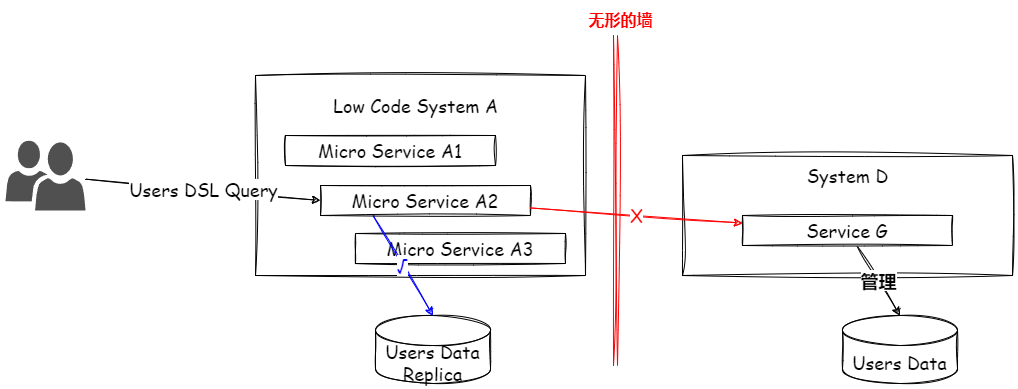
Above: public/images/2024-04-29-framework.png in SpireCat/spirecat.github.io (draw.io), before the change. Source tidied: cells renumbered, new cells last; positions are measured from the earlier drawing's top-left corner, leaving out a move shared by most shapes. Source of this version:
```xml
<mxGraphModel>
  <root>
    <mxCell id="0" />
    <mxCell id="1" parent="0" />
    <mxCell id="2" style="rounded=0;whiteSpace=wrap;html=1;sketch=1;curveFitting=1;jiggle=2;" parent="1" vertex="1">
      <mxGeometry x="250" y="70" width="330" height="200" as="geometry" />
    </mxCell>
    <mxCell id="3" value="&lt;font face=&quot;Comic Sans MS&quot; style=&quot;font-size: 18px;&quot;&gt;Low Code System A&lt;/font&gt;" style="text;html=1;align=center;verticalAlign=middle;strokeColor=none;fillColor=none;" parent="1" vertex="1">
      <mxGeometry x="315" y="80" width="190" height="40" as="geometry" />
    </mxCell>
    <mxCell id="4" value="Micro Service A1" style="rounded=0;whiteSpace=wrap;html=1;sketch=1;fontFamily=Comic Sans MS;fontSize=18;" parent="1" vertex="1">
      <mxGeometry x="280" y="130" width="210" height="30" as="geometry" />
    </mxCell>
    <mxCell id="5" value="Micro Service A2" style="rounded=0;whiteSpace=wrap;html=1;sketch=1;fontFamily=Comic Sans MS;fontSize=18;" parent="1" vertex="1">
      <mxGeometry x="315" y="180" width="210" height="30" as="geometry" />
    </mxCell>
    <mxCell id="6" value="Micro Service A3" style="rounded=0;whiteSpace=wrap;html=1;sketch=1;fontFamily=Comic Sans MS;fontSize=18;" parent="1" vertex="1">
      <mxGeometry x="350" y="228" width="210" height="30" as="geometry" />
    </mxCell>
    <mxCell id="7" style="rounded=0;whiteSpace=wrap;html=1;sketch=1;curveFitting=1;jiggle=2;" parent="1" vertex="1">
      <mxGeometry x="677" y="150" width="330" height="120" as="geometry" />
    </mxCell>
    <mxCell id="8" value="&lt;font face=&quot;Comic Sans MS&quot; style=&quot;font-size: 18px;&quot;&gt;System D&lt;/font&gt;" style="text;html=1;align=center;verticalAlign=middle;strokeColor=none;fillColor=none;" parent="1" vertex="1">
      <mxGeometry x="792" y="150" width="100" height="40" as="geometry" />
    </mxCell>
    <mxCell id="9" value="&lt;b&gt;管理&lt;/b&gt;" style="rounded=0;jettySize=auto;html=1;entryX=0.5;entryY=0;entryDx=0;entryDy=0;entryPerimeter=0;fontFamily=Comic Sans MS;fontSize=18;sketch=1;curveFitting=1;jiggle=2;" parent="1" edge="1" source="10" target="11">
      <mxGeometry relative="1" as="geometry" />
    </mxCell>
    <mxCell id="10" value="Service G" style="rounded=0;whiteSpace=wrap;html=1;sketch=1;fontFamily=Comic Sans MS;fontSize=18;" parent="1" vertex="1">
      <mxGeometry x="737" y="210" width="210" height="30" as="geometry" />
    </mxCell>
    <mxCell id="11" value="Users Data" style="shape=cylinder3;whiteSpace=wrap;html=1;boundedLbl=1;backgroundOutline=1;size=15;sketch=1;fontFamily=Comic Sans MS;fontSize=18;" parent="1" vertex="1">
      <mxGeometry x="837" y="310" width="115" height="68" as="geometry" />
    </mxCell>
    <mxCell id="12" value="Users DSL Query" style="edgeStyle=none;rounded=0;sketch=1;jettySize=auto;html=1;entryX=0;entryY=0.5;entryDx=0;entryDy=0;fontFamily=Comic Sans MS;fontSize=18;" parent="1" edge="1" source="13" target="5">
      <mxGeometry relative="1" as="geometry" />
    </mxCell>
    <mxCell id="13" style="sketch=0;shadow=0;dashed=0;html=1;strokeColor=none;labelPosition=center;verticalLabelPosition=bottom;verticalAlign=top;align=center;fillColor=#505050;shape=mxgraph.mscae.intune.user_group;fontFamily=Comic Sans MS;fontSize=18;" parent="1" vertex="1">
      <mxGeometry y="135" width="80" height="70" as="geometry" />
    </mxCell>
    <mxCell id="14" value="&lt;font color=&quot;#ff0000&quot;&gt;X&lt;/font&gt;" style="edgeStyle=none;rounded=0;sketch=1;jettySize=auto;html=1;entryX=0;entryY=0.25;entryDx=0;entryDy=0;fontFamily=Comic Sans MS;fontSize=18;strokeColor=#FF0000;" parent="1" edge="1" source="5" target="10">
      <mxGeometry relative="1" as="geometry" />
    </mxCell>
    <mxCell id="15" value="Users Data&lt;br&gt;Replica" style="shape=cylinder3;whiteSpace=wrap;html=1;boundedLbl=1;backgroundOutline=1;size=15;sketch=1;fontFamily=Comic Sans MS;fontSize=18;" parent="1" vertex="1">
      <mxGeometry x="370" y="310" width="115" height="68" as="geometry" />
    </mxCell>
    <mxCell id="16" value="&lt;font color=&quot;#0000ff&quot;&gt;√&lt;/font&gt;" style="edgeStyle=none;rounded=0;sketch=1;jettySize=auto;html=1;entryX=0.5;entryY=0;entryDx=0;entryDy=0;entryPerimeter=0;strokeColor=#0000FF;fontFamily=Comic Sans MS;fontSize=18;fontColor=#FF0000;exitX=0.25;exitY=1;exitDx=0;exitDy=0;" parent="1" edge="1" source="5" target="15">
      <mxGeometry relative="1" as="geometry" />
    </mxCell>
    <mxCell id="17" style="shape=link;html=1;rounded=0;sketch=1;curveFitting=1;jiggle=2;strokeColor=#FF0000;" parent="1" edge="1">
      <mxGeometry relative="1" as="geometry">
        <mxPoint x="610" y="30" as="sourcePoint" />
        <mxPoint x="610" y="360" as="targetPoint" />
      </mxGeometry>
    </mxCell>
    <mxCell id="18" value="&lt;font color=&quot;#ff0000&quot; style=&quot;font-size: 16px;&quot;&gt;&lt;b&gt;无形的墙&lt;/b&gt;&lt;/font&gt;" style="text;html=1;align=center;verticalAlign=middle;strokeColor=none;fillColor=none;" parent="1" vertex="1">
      <mxGeometry x="570" width="90" height="30" as="geometry" />
    </mxCell>
  </root>
</mxGraphModel>
```
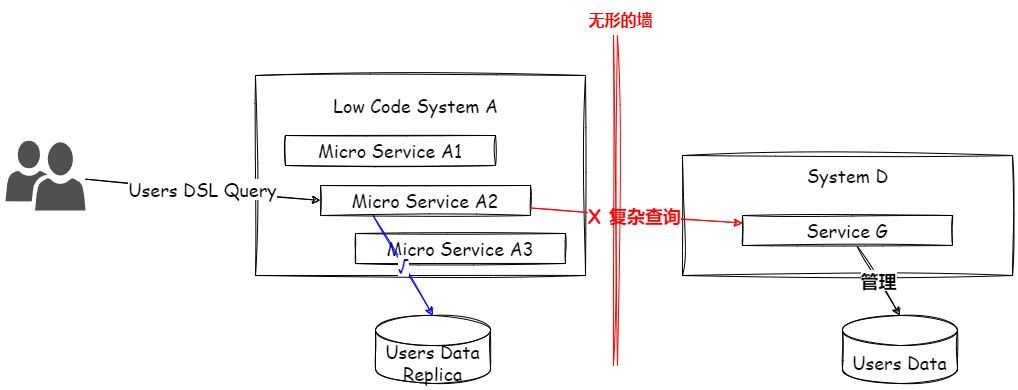
The same file after the commit.

Commit message:
初始化一些提交

The edit, as a diff of the source:
```diff
@@ -38,8 +38,12 @@
     <mxCell id="13" style="sketch=0;shadow=0;dashed=0;html=1;strokeColor=none;labelPosition=center;verticalLabelPosition=bottom;verticalAlign=top;align=center;fillColor=#505050;shape=mxgraph.mscae.intune.user_group;fontFamily=Comic Sans MS;fontSize=18;" parent="1" vertex="1">
       <mxGeometry y="135" width="80" height="70" as="geometry" />
     </mxCell>
-    <mxCell id="14" value="&lt;font color=&quot;#ff0000&quot;&gt;X&lt;/font&gt;" style="edgeStyle=none;rounded=0;sketch=1;jettySize=auto;html=1;entryX=0;entryY=0.25;entryDx=0;entryDy=0;fontFamily=Comic Sans MS;fontSize=18;strokeColor=#FF0000;" parent="1" edge="1" source="5" target="10">
-      <mxGeometry relative="1" as="geometry" />
+    <mxCell id="14" value="&lt;font color=&quot;#ff0000&quot;&gt;&lt;b&gt;X 复杂查询&lt;/b&gt;&lt;/font&gt;" style="edgeStyle=none;rounded=0;sketch=1;jettySize=auto;html=1;entryX=0;entryY=0.25;entryDx=0;entryDy=0;fontFamily=Comic Sans MS;fontSize=18;strokeColor=#FF0000;" parent="1" edge="1" source="5" target="10">
+      <mxGeometry x="-0.01" relative="1" as="geometry">
+        <Array as="points">
+          <mxPoint x="630" y="210" />
+        </Array>
+      </mxGeometry>
     </mxCell>
     <mxCell id="15" value="Users Data&lt;br&gt;Replica" style="shape=cylinder3;whiteSpace=wrap;html=1;boundedLbl=1;backgroundOutline=1;size=15;sketch=1;fontFamily=Comic Sans MS;fontSize=18;" parent="1" vertex="1">
       <mxGeometry x="370" y="310" width="115" height="68" as="geometry" />
```
